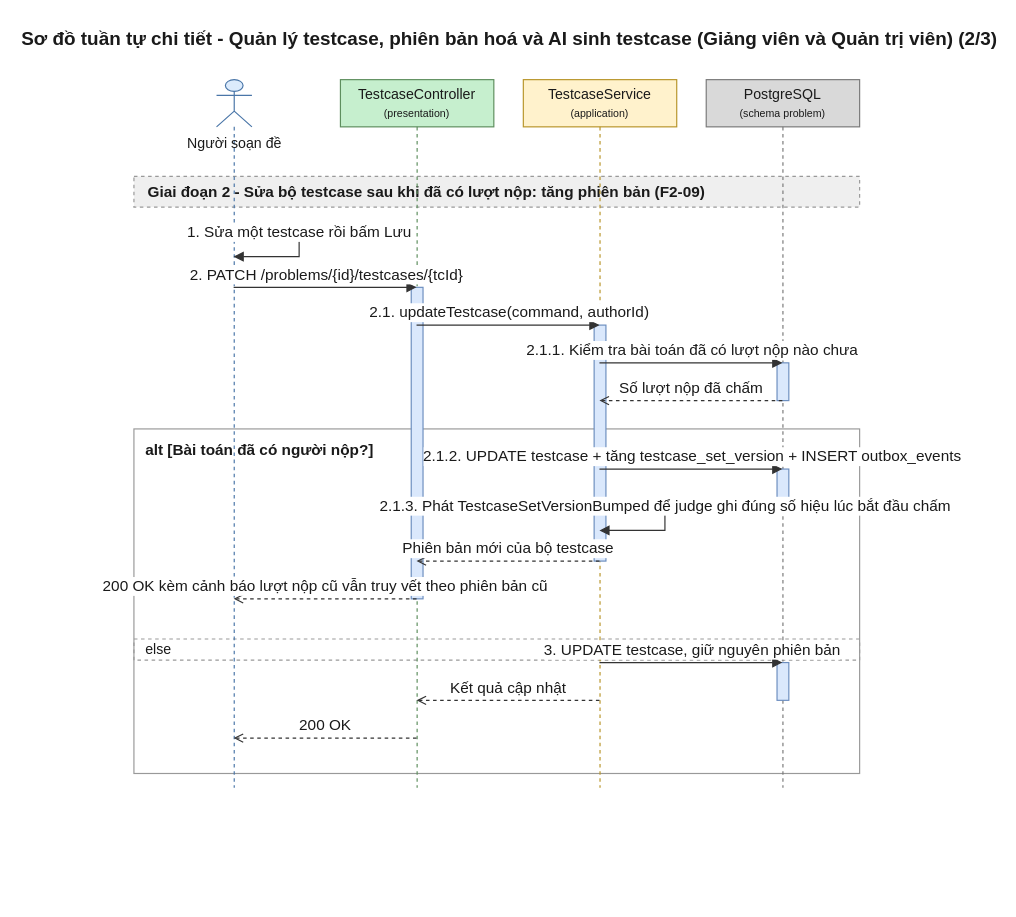
Earlier version of the draw.io diagram 08-diagram/sequence/shared/sequence_shared_quan_ly_testcase_p2.drawio (daiphu1801/PRJ_ALGOPREP). Source tidied: cells renumbered, new cells numbered last; positions are measured from the earlier drawing's top-left corner, leaving out a move shared by most shapes. Both pictures are drawn from the tidied source at 118%, with x=0, y=0 at pixel (133, 20).
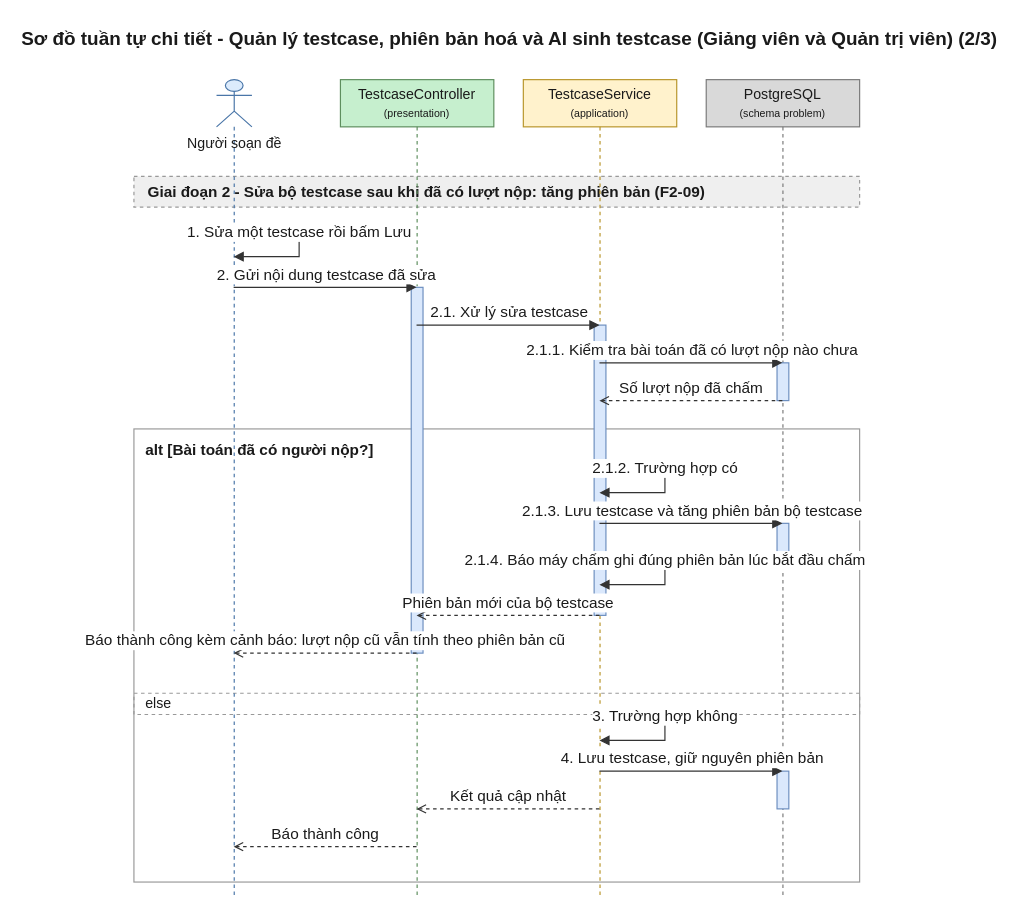
The same diagram, later.

What changed in the source:
```diff
@@
     <mxCell id="3" value="alt [Bài toán đã có người nộp?]" style="algoprep=alt;rounded=0;whiteSpace=wrap;html=1;fillColor=none;strokeColor=#999999;verticalAlign=top;align=left;spacingLeft=8;spacingTop=4;fontColor=#1A1A1A;fontSize=13;fontStyle=1;dashed=0;" parent="1" vertex="1">
-      <mxGeometry y="346" width="615" height="292" as="geometry" />
+      <mxGeometry y="346" width="615" height="384" as="geometry" />
     </mxCell>
     <mxCell id="4" value="else" style="text;html=1;dashed=1;strokeColor=#999999;fillColor=none;align=left;verticalAlign=middle;spacingLeft=8;fontColor=#1A1A1A;fontSize=12;" parent="1" vertex="1">
-      <mxGeometry y="524" width="615" height="18" as="geometry" />
+      <mxGeometry y="570" width="615" height="18" as="geometry" />
     </mxCell>
@@
     <mxCell id="6" value="Người soạn đề" style="shape=umlLifeline;participant=umlActor;perimeter=lifelinePerimeter;html=1;outlineConnect=0;size=40;verticalAlign=top;spacingTop=40;fillColor=#DCEBFC;strokeColor=#4A76A8;fontColor=#1A1A1A;" parent="1" vertex="1">
-      <mxGeometry x="70" y="50" width="30" height="600" as="geometry" />
+      <mxGeometry x="70" y="50" width="30" height="692" as="geometry" />
     </mxCell>
     <mxCell id="7" value="TestcaseController&lt;br&gt;&lt;font style=&quot;font-size:9px&quot;&gt;(presentation)&lt;/font&gt;" style="shape=umlLifeline;perimeter=lifelinePerimeter;whiteSpace=wrap;html=1;outlineConnect=0;size=40;fillColor=#C6EFCE;strokeColor=#5E8E5E;fontColor=#1A1A1A;" parent="1" vertex="1">
-      <mxGeometry x="175" y="50" width="130" height="600" as="geometry" />
+      <mxGeometry x="175" y="50" width="130" height="692" as="geometry" />
     </mxCell>
     <mxCell id="8" value="TestcaseService&lt;br&gt;&lt;font style=&quot;font-size:9px&quot;&gt;(application)&lt;/font&gt;" style="shape=umlLifeline;perimeter=lifelinePerimeter;whiteSpace=wrap;html=1;outlineConnect=0;size=40;fillColor=#FFF2CC;strokeColor=#B8952A;fontColor=#1A1A1A;" parent="1" vertex="1">
-      <mxGeometry x="330" y="50" width="130" height="600" as="geometry" />
+      <mxGeometry x="330" y="50" width="130" height="692" as="geometry" />
     </mxCell>
     <mxCell id="9" value="PostgreSQL&lt;br&gt;&lt;font style=&quot;font-size:9px&quot;&gt;(schema problem)&lt;/font&gt;" style="shape=umlLifeline;perimeter=lifelinePerimeter;whiteSpace=wrap;html=1;outlineConnect=0;size=40;fillColor=#D9D9D9;strokeColor=#7A7A7A;fontColor=#1A1A1A;" parent="1" vertex="1">
-      <mxGeometry x="485" y="50" width="130" height="600" as="geometry" />
+      <mxGeometry x="485" y="50" width="130" height="692" as="geometry" />
     </mxCell>
@@
     <mxCell id="11" style="html=1;perimeter=orthogonalPerimeter;targetShapes=umlLifeline;fillColor=#DAE8FC;strokeColor=#6C8EBF;" parent="9" vertex="1">
-      <mxGeometry x="60" y="330" width="10" height="32" as="geometry" />
+      <mxGeometry x="60" y="376" width="10" height="32" as="geometry" />
     </mxCell>
     <mxCell id="12" style="html=1;perimeter=orthogonalPerimeter;targetShapes=umlLifeline;fillColor=#DAE8FC;strokeColor=#6C8EBF;" parent="8" vertex="1">
-      <mxGeometry x="60" y="208" width="10" height="200" as="geometry" />
+      <mxGeometry x="60" y="208" width="10" height="246" as="geometry" />
     </mxCell>
     <mxCell id="13" style="html=1;perimeter=orthogonalPerimeter;targetShapes=umlLifeline;fillColor=#DAE8FC;strokeColor=#6C8EBF;" parent="7" vertex="1">
-      <mxGeometry x="60" y="176" width="10" height="264" as="geometry" />
+      <mxGeometry x="60" y="176" width="10" height="310" as="geometry" />
     </mxCell>
     <mxCell id="14" style="html=1;perimeter=orthogonalPerimeter;targetShapes=umlLifeline;fillColor=#DAE8FC;strokeColor=#6C8EBF;" parent="9" vertex="1">
-      <mxGeometry x="60" y="494" width="10" height="32" as="geometry" />
+      <mxGeometry x="60" y="586" width="10" height="32" as="geometry" />
     </mxCell>
-    <mxCell id="15" value="1. Sửa một testcase rồi bấm Lưu" style="edgeStyle=orthogonalEdgeStyle;rounded=0;html=1;endArrow=block;endFill=1;strokeColor=#333333;fontColor=#1A1A1A;fontSize=13;verticalAlign=bottom;exitX=0.5;exitY=0.2167;exitDx=0;exitDy=0;entryX=0.5;entryY=0.2500;entryDx=0;entryDy=0;" parent="1" edge="1" source="6" target="6">
+    <mxCell id="15" value="1. Sửa một testcase rồi bấm Lưu" style="edgeStyle=orthogonalEdgeStyle;rounded=0;html=1;endArrow=block;endFill=1;strokeColor=#333333;fontColor=#1A1A1A;fontSize=13;verticalAlign=bottom;exitX=0.5;exitY=0.1879;exitDx=0;exitDy=0;entryX=0.5;entryY=0.2168;entryDx=0;entryDy=0;" parent="1" edge="1" source="6" target="6">
       <mxGeometry relative="1" as="geometry">
         <Array as="points">
           <mxPoint x="140" y="180" />
           <mxPoint x="140" y="200" />
         </Array>
       </mxGeometry>
     </mxCell>
-    <mxCell id="16" value="2. PATCH /problems/{id}/testcases/{tcId}" style="edgeStyle=none;html=1;endArrow=block;endFill=1;strokeColor=#333333;fontColor=#1A1A1A;fontSize=13;verticalAlign=bottom;exitX=0.5;exitY=0.2933;exitDx=0;exitDy=0;entryX=0.5;entryY=0.2933;entryDx=0;entryDy=0;" parent="1" edge="1" source="6" target="7">
+    <mxCell id="16" value="2. Gửi nội dung testcase đã sửa" style="edgeStyle=none;html=1;endArrow=block;endFill=1;strokeColor=#333333;fontColor=#1A1A1A;fontSize=13;verticalAlign=bottom;exitX=0.5;exitY=0.2543;exitDx=0;exitDy=0;entryX=0.5;entryY=0.2543;entryDx=0;entryDy=0;" parent="1" edge="1" source="6" target="7">
       <mxGeometry relative="1" as="geometry" />
     </mxCell>
-    <mxCell id="17" value="2.1. updateTestcase(command, authorId)" style="edgeStyle=none;html=1;endArrow=block;endFill=1;strokeColor=#333333;fontColor=#1A1A1A;fontSize=13;verticalAlign=bottom;exitX=0.5;exitY=0.3467;exitDx=0;exitDy=0;entryX=0.5;entryY=0.3467;entryDx=0;entryDy=0;" parent="1" edge="1" source="7" target="8">
+    <mxCell id="17" value="2.1. Xử lý sửa testcase" style="edgeStyle=none;html=1;endArrow=block;endFill=1;strokeColor=#333333;fontColor=#1A1A1A;fontSize=13;verticalAlign=bottom;exitX=0.5;exitY=0.3006;exitDx=0;exitDy=0;entryX=0.5;entryY=0.3006;entryDx=0;entryDy=0;" parent="1" edge="1" source="7" target="8">
       <mxGeometry relative="1" as="geometry" />
     </mxCell>
-    <mxCell id="18" value="2.1.1. Kiểm tra bài toán đã có lượt nộp nào chưa" style="edgeStyle=none;html=1;endArrow=block;endFill=1;strokeColor=#333333;fontColor=#1A1A1A;fontSize=13;verticalAlign=bottom;exitX=0.5;exitY=0.4000;exitDx=0;exitDy=0;entryX=0.5;entryY=0.4000;entryDx=0;entryDy=0;" parent="1" edge="1" source="8" target="9">
+    <mxCell id="18" value="2.1.1. Kiểm tra bài toán đã có lượt nộp nào chưa" style="edgeStyle=none;html=1;endArrow=block;endFill=1;strokeColor=#333333;fontColor=#1A1A1A;fontSize=13;verticalAlign=bottom;exitX=0.5;exitY=0.3468;exitDx=0;exitDy=0;entryX=0.5;entryY=0.3468;entryDx=0;entryDy=0;" parent="1" edge="1" source="8" target="9">
       <mxGeometry relative="1" as="geometry" />
     </mxCell>
-    <mxCell id="19" value="Số lượt nộp đã chấm" style="edgeStyle=none;html=1;endArrow=open;endFill=0;dashed=1;strokeColor=#333333;fontColor=#1A1A1A;fontSize=13;verticalAlign=bottom;exitX=0.5;exitY=0.4533;exitDx=0;exitDy=0;entryX=0.5;entryY=0.4533;entryDx=0;entryDy=0;" parent="1" edge="1" source="9" target="8">
+    <mxCell id="19" value="Số lượt nộp đã chấm" style="edgeStyle=none;html=1;endArrow=open;endFill=0;dashed=1;strokeColor=#333333;fontColor=#1A1A1A;fontSize=13;verticalAlign=bottom;exitX=0.5;exitY=0.3931;exitDx=0;exitDy=0;entryX=0.5;entryY=0.3931;entryDx=0;entryDy=0;" parent="1" edge="1" source="9" target="8">
       <mxGeometry relative="1" as="geometry" />
     </mxCell>
-    <mxCell id="20" value="2.1.2. UPDATE testcase + tăng testcase_set_version + INSERT outbox_events" style="edgeStyle=none;html=1;endArrow=block;endFill=1;strokeColor=#333333;fontColor=#1A1A1A;fontSize=13;verticalAlign=bottom;exitX=0.5;exitY=0.5500;exitDx=0;exitDy=0;entryX=0.5;entryY=0.5500;entryDx=0;entryDy=0;" parent="1" edge="1" source="8" target="9">
-      <mxGeometry relative="1" as="geometry" />
+    <mxCell id="20" value="2.1.2. Trường hợp có" style="edgeStyle=orthogonalEdgeStyle;rounded=0;html=1;endArrow=block;endFill=1;strokeColor=#333333;fontColor=#1A1A1A;fontSize=13;verticalAlign=bottom;exitX=0.5;exitY=0.4769;exitDx=0;exitDy=0;entryX=0.5;entryY=0.5058;entryDx=0;entryDy=0;" parent="1" edge="1" source="8" target="8">
+      <mxGeometry relative="1" as="geometry">
+        <Array as="points">
+          <mxPoint x="450" y="380" />
+          <mxPoint x="450" y="400" />
+        </Array>
+      </mxGeometry>
     </mxCell>
-    <mxCell id="21" value="2.1.3. Phát TestcaseSetVersionBumped để judge ghi đúng số hiệu lúc bắt đầu chấm" style="edgeStyle=orthogonalEdgeStyle;rounded=0;html=1;endArrow=block;endFill=1;strokeColor=#333333;fontColor=#1A1A1A;fontSize=13;verticalAlign=bottom;exitX=0.5;exitY=0.6033;exitDx=0;exitDy=0;entryX=0.5;entryY=0.6367;entryDx=0;entryDy=0;" parent="1" edge="1" source="8" target="8">
-      <mxGeometry relative="1" as="geometry">
-        <Array as="points">
-          <mxPoint x="450" y="412" />
-          <mxPoint x="450" y="432" />
-        </Array>
-      </mxGeometry>
+    <mxCell id="21" value="2.1.3. Lưu testcase và tăng phiên bản bộ testcase" style="edgeStyle=none;html=1;endArrow=block;endFill=1;strokeColor=#333333;fontColor=#1A1A1A;fontSize=13;verticalAlign=bottom;exitX=0.5;exitY=0.5434;exitDx=0;exitDy=0;entryX=0.5;entryY=0.5434;entryDx=0;entryDy=0;" parent="1" edge="1" source="8" target="9">
+      <mxGeometry relative="1" as="geometry" />
     </mxCell>
-    <mxCell id="22" value="Phiên bản mới của bộ testcase" style="edgeStyle=none;html=1;endArrow=open;endFill=0;dashed=1;strokeColor=#333333;fontColor=#1A1A1A;fontSize=13;verticalAlign=bottom;exitX=0.5;exitY=0.6800;exitDx=0;exitDy=0;entryX=0.5;entryY=0.6800;entryDx=0;entryDy=0;" parent="1" edge="1" source="8" target="7">
-      <mxGeometry relative="1" as="geometry" />
+    <mxCell id="22" value="2.1.4. Báo máy chấm ghi đúng phiên bản lúc bắt đầu chấm" style="edgeStyle=orthogonalEdgeStyle;rounded=0;html=1;endArrow=block;endFill=1;strokeColor=#333333;fontColor=#1A1A1A;fontSize=13;verticalAlign=bottom;exitX=0.5;exitY=0.5896;exitDx=0;exitDy=0;entryX=0.5;entryY=0.6185;entryDx=0;entryDy=0;" parent="1" edge="1" source="8" target="8">
+      <mxGeometry relative="1" as="geometry">
+        <Array as="points">
+          <mxPoint x="450" y="458" />
+          <mxPoint x="450" y="478" />
+        </Array>
+      </mxGeometry>
     </mxCell>
-    <mxCell id="23" value="200 OK kèm cảnh báo lượt nộp cũ vẫn truy vết theo phiên bản cũ" style="edgeStyle=none;html=1;endArrow=open;endFill=0;dashed=1;strokeColor=#333333;fontColor=#1A1A1A;fontSize=13;verticalAlign=bottom;exitX=0.5;exitY=0.7333;exitDx=0;exitDy=0;entryX=0.5;entryY=0.7333;entryDx=0;entryDy=0;" parent="1" edge="1" source="7" target="6">
+    <mxCell id="23" value="Phiên bản mới của bộ testcase" style="edgeStyle=none;html=1;endArrow=open;endFill=0;dashed=1;strokeColor=#333333;fontColor=#1A1A1A;fontSize=13;verticalAlign=bottom;exitX=0.5;exitY=0.6561;exitDx=0;exitDy=0;entryX=0.5;entryY=0.6561;entryDx=0;entryDy=0;" parent="1" edge="1" source="8" target="7">
       <mxGeometry relative="1" as="geometry" />
     </mxCell>
-    <mxCell id="24" value="3. UPDATE testcase, giữ nguyên phiên bản" style="edgeStyle=none;html=1;endArrow=block;endFill=1;strokeColor=#333333;fontColor=#1A1A1A;fontSize=13;verticalAlign=bottom;exitX=0.5;exitY=0.8233;exitDx=0;exitDy=0;entryX=0.5;entryY=0.8233;entryDx=0;entryDy=0;" parent="1" edge="1" source="8" target="9">
+    <mxCell id="24" value="Báo thành công kèm cảnh báo: lượt nộp cũ vẫn tính theo phiên bản cũ" style="edgeStyle=none;html=1;endArrow=open;endFill=0;dashed=1;strokeColor=#333333;fontColor=#1A1A1A;fontSize=13;verticalAlign=bottom;exitX=0.5;exitY=0.7023;exitDx=0;exitDy=0;entryX=0.5;entryY=0.7023;entryDx=0;entryDy=0;" parent="1" edge="1" source="7" target="6">
       <mxGeometry relative="1" as="geometry" />
     </mxCell>
-    <mxCell id="25" value="Kết quả cập nhật" style="edgeStyle=none;html=1;endArrow=open;endFill=0;dashed=1;strokeColor=#333333;fontColor=#1A1A1A;fontSize=13;verticalAlign=bottom;exitX=0.5;exitY=0.8767;exitDx=0;exitDy=0;entryX=0.5;entryY=0.8767;entryDx=0;entryDy=0;" parent="1" edge="1" source="8" target="7">
-      <mxGeometry relative="1" as="geometry" />
+    <mxCell id="25" value="3. Trường hợp không" style="edgeStyle=orthogonalEdgeStyle;rounded=0;html=1;endArrow=block;endFill=1;strokeColor=#333333;fontColor=#1A1A1A;fontSize=13;verticalAlign=bottom;exitX=0.5;exitY=0.7803;exitDx=0;exitDy=0;entryX=0.5;entryY=0.8092;entryDx=0;entryDy=0;" parent="1" edge="1" source="8" target="8">
+      <mxGeometry relative="1" as="geometry">
+        <Array as="points">
+          <mxPoint x="450" y="590" />
+          <mxPoint x="450" y="610" />
+        </Array>
+      </mxGeometry>
     </mxCell>
-    <mxCell id="26" value="200 OK" style="edgeStyle=none;html=1;endArrow=open;endFill=0;dashed=1;strokeColor=#333333;fontColor=#1A1A1A;fontSize=13;verticalAlign=bottom;exitX=0.5;exitY=0.9300;exitDx=0;exitDy=0;entryX=0.5;entryY=0.9300;entryDx=0;entryDy=0;" parent="1" edge="1" source="7" target="6">
+    <mxCell id="26" value="4. Lưu testcase, giữ nguyên phiên bản" style="edgeStyle=none;html=1;endArrow=block;endFill=1;strokeColor=#333333;fontColor=#1A1A1A;fontSize=13;verticalAlign=bottom;exitX=0.5;exitY=0.8468;exitDx=0;exitDy=0;entryX=0.5;entryY=0.8468;entryDx=0;entryDy=0;" parent="1" edge="1" source="8" target="9">
       <mxGeometry relative="1" as="geometry" />
     </mxCell>
+    <mxCell id="27" value="Kết quả cập nhật" style="edgeStyle=none;html=1;endArrow=open;endFill=0;dashed=1;strokeColor=#333333;fontColor=#1A1A1A;fontSize=13;verticalAlign=bottom;exitX=0.5;exitY=0.8931;exitDx=0;exitDy=0;entryX=0.5;entryY=0.8931;entryDx=0;entryDy=0;" parent="1" edge="1" source="8" target="7">
+      <mxGeometry relative="1" as="geometry" />
+    </mxCell>
+    <mxCell id="28" value="Báo thành công" style="edgeStyle=none;html=1;endArrow=open;endFill=0;dashed=1;strokeColor=#333333;fontColor=#1A1A1A;fontSize=13;verticalAlign=bottom;exitX=0.5;exitY=0.9393;exitDx=0;exitDy=0;entryX=0.5;entryY=0.9393;entryDx=0;entryDy=0;" parent="1" edge="1" source="7" target="6">
+      <mxGeometry relative="1" as="geometry" />
+    </mxCell>
```
